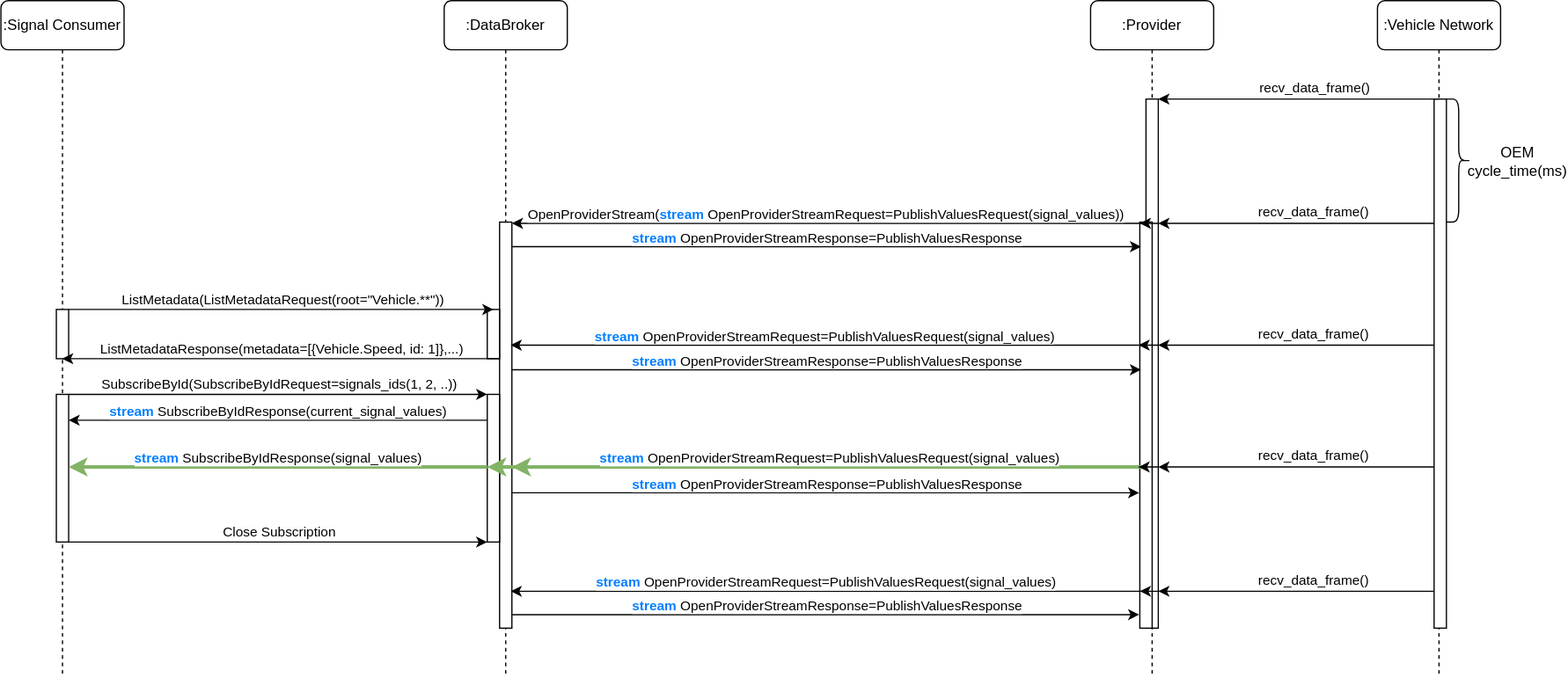
eclipse-kuksa/kuksa-databroker keeps this draw.io diagram as doc/diagrams/consumer_subscribes.svg. Above is the earlier version. Source tidied: cells renumbered, new cells last; positions are measured from the earlier drawing's top-left corner, leaving out a move shared by most shapes.
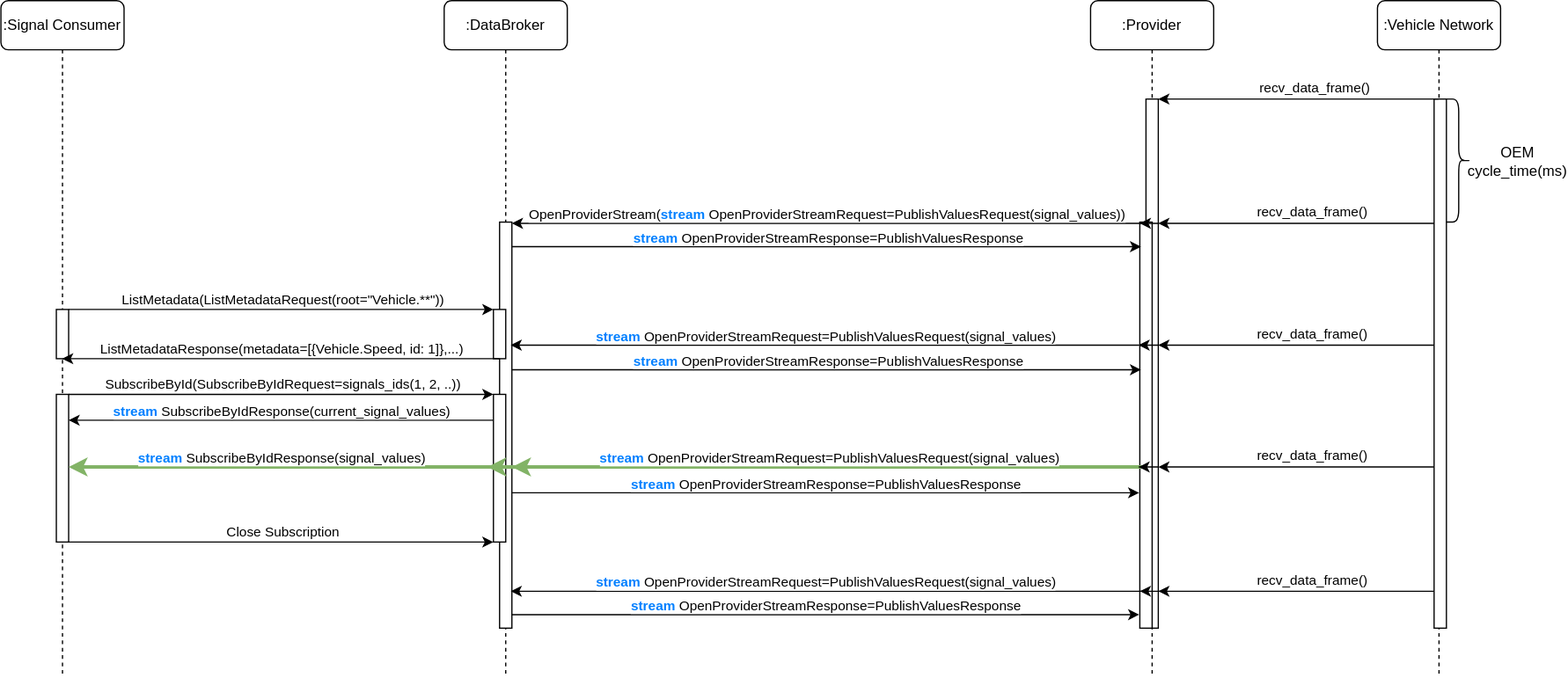
Above is the later version.

What changed in the source:
```diff
@@ -9,10 +9,10 @@
       <mxGeometry x="45" y="180" width="10" height="330" as="geometry" />
     </mxCell>
     <mxCell id="4" style="html=1;perimeter=orthogonalPerimeter;targetShapes=umlLifeline;newEdgeStyle={&quot;curved&quot;:0,&quot;rounded&quot;:0};" parent="2" vertex="1">
-      <mxGeometry x="35" y="251" width="10" height="40" as="geometry" />
+      <mxGeometry x="40" y="251" width="10" height="40" as="geometry" />
     </mxCell>
     <mxCell id="5" style="html=1;points=[[0,0,0,0,5],[0,1,0,0,-5],[1,0,0,0,5],[1,1,0,0,-5]];perimeter=orthogonalPerimeter;outlineConnect=0;targetShapes=umlLifeline;portConstraint=eastwest;newEdgeStyle={&quot;curved&quot;:0,&quot;rounded&quot;:0};" parent="2" vertex="1">
-      <mxGeometry x="35" y="320" width="10" height="120" as="geometry" />
+      <mxGeometry x="40" y="320" width="10" height="120" as="geometry" />
     </mxCell>
     <mxCell id="6" value=":Signal Consumer" style="shape=umlLifeline;perimeter=lifelinePerimeter;whiteSpace=wrap;html=1;rounded=1;" parent="1" vertex="1">
       <mxGeometry width="100" height="550" as="geometry" />
@@ -23,10 +23,9 @@
     <mxCell id="8" style="html=1;perimeter=orthogonalPerimeter;targetShapes=umlLifeline;newEdgeStyle={&quot;curved&quot;:0,&quot;rounded&quot;:0};" parent="6" vertex="1">
       <mxGeometry x="45" y="320" width="10" height="120" as="geometry" />
     </mxCell>
-    <mxCell id="9" style="endArrow=classic;html=1;rounded=0;" parent="6" edge="1">
+    <mxCell id="9" style="endArrow=classic;html=1;rounded=0;" parent="6" edge="1" target="5">
       <mxGeometry relative="1" as="geometry">
         <mxPoint x="55" y="320" as="sourcePoint" />
-        <mxPoint x="395" y="320" as="targetPoint" />
       </mxGeometry>
     </mxCell>
     <mxCell id="10" value="SubscribeById(SubscribeByIdRequest=signals_ids(1, 2, ..))" style="edgeLabel;html=1;align=center;verticalAlign=middle;" parent="9" vertex="1">
@@ -129,7 +128,7 @@
     </mxCell>
     <mxCell id="30" style="endArrow=classic;html=1;rounded=0;fillColor=#d5e8d4;gradientColor=#97d077;strokeColor=#82b366;strokeWidth=3;" parent="1" edge="1">
       <mxGeometry relative="1" as="geometry">
-        <mxPoint x="395" y="379" as="sourcePoint" />
+        <mxPoint x="400" y="379" as="sourcePoint" />
         <mxPoint x="54.9" y="379" as="targetPoint" />
       </mxGeometry>
     </mxCell>
@@ -138,10 +137,9 @@
         <mxPoint y="-8" as="offset" />
       </mxGeometry>
     </mxCell>
-    <mxCell id="32" style="endArrow=classic;html=1;rounded=0;" parent="1" edge="1">
+    <mxCell id="32" style="endArrow=classic;html=1;rounded=0;" parent="1" edge="1" target="5">
       <mxGeometry relative="1" as="geometry">
         <mxPoint x="55" y="440" as="sourcePoint" />
-        <mxPoint x="395" y="440" as="targetPoint" />
       </mxGeometry>
     </mxCell>
     <mxCell id="33" value="Close Subscription" style="edgeLabel;html=1;align=center;verticalAlign=middle;" parent="32" vertex="1">
@@ -283,9 +281,8 @@
         </Array>
       </mxGeometry>
     </mxCell>
-    <mxCell id="57" style="endArrow=classic;html=1;rounded=0;strokeWidth=1;" parent="1" edge="1">
+    <mxCell id="57" style="endArrow=classic;html=1;rounded=0;strokeWidth=1;" parent="1" edge="1" source="5">
       <mxGeometry relative="1" as="geometry">
-        <mxPoint x="395" y="341" as="sourcePoint" />
         <mxPoint x="54.9" y="341" as="targetPoint" />
       </mxGeometry>
     </mxCell>
```
